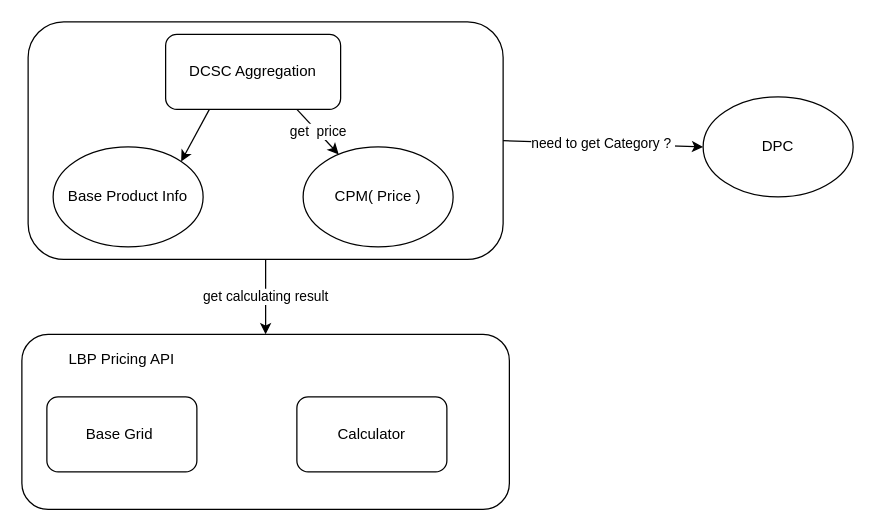
The draw.io diagram dcsc.drawio in clearriver/draw, before the edit. Source tidied: cells renumbered, new cells numbered last; positions are measured from the earlier drawing's top-left corner, leaving out a move shared by most shapes. Both pictures are drawn from the tidied source at 125%, with x=0, y=0 at pixel (21, 21).
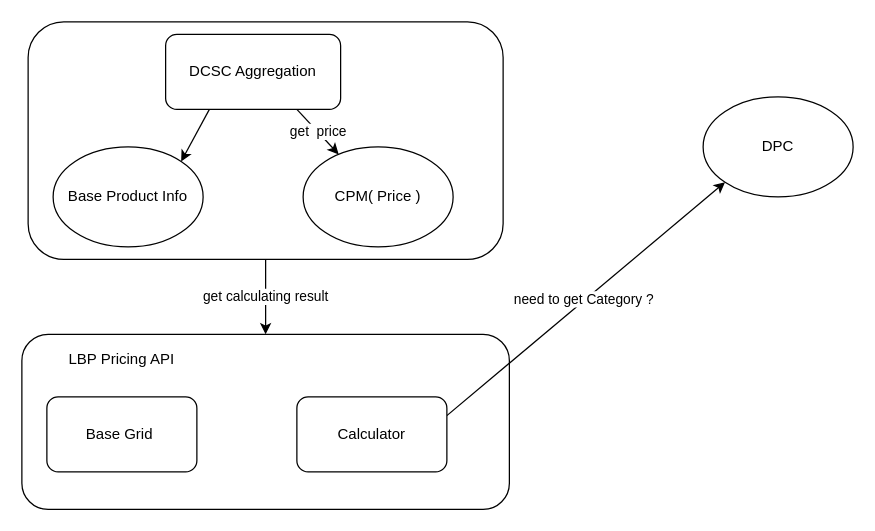
After the change.

Diff of the diagram source:
```diff
@@
 <mxGraphModel>
   <root>
     <mxCell id="0" />
     <mxCell id="1" parent="0" />
     <mxCell id="2" style="rounded=1;whiteSpace=wrap;html=1;" parent="1" vertex="1">
       <mxGeometry y="250" width="390" height="140" as="geometry" />
     </mxCell>
     <mxCell id="3" style="rounded=1;whiteSpace=wrap;html=1;" parent="1" vertex="1">
       <mxGeometry x="5" width="380" height="190" as="geometry" />
     </mxCell>
     <mxCell id="4" value="DCSC Aggregation" style="rounded=1;whiteSpace=wrap;html=1;" parent="1" vertex="1">
       <mxGeometry x="115" y="10" width="140" height="60" as="geometry" />
     </mxCell>
     <mxCell id="5" value="Base Product Info" style="ellipse;whiteSpace=wrap;html=1;" parent="1" vertex="1">
       <mxGeometry x="25" y="100" width="120" height="80" as="geometry" />
     </mxCell>
     <mxCell id="6" value="CPM( Price )" style="ellipse;whiteSpace=wrap;html=1;" parent="1" vertex="1">
       <mxGeometry x="225" y="100" width="120" height="80" as="geometry" />
     </mxCell>
     <mxCell id="7" style="endArrow=classic;html=1;entryX=1;entryY=0;entryDx=0;entryDy=0;exitX=0.25;exitY=1;exitDx=0;exitDy=0;" parent="1" edge="1" source="4" target="5">
       <mxGeometry relative="1" as="geometry" />
     </mxCell>
     <mxCell id="8" value="get&amp;nbsp; price" style="endArrow=classic;html=1;exitX=0.75;exitY=1;exitDx=0;exitDy=0;" parent="1" edge="1" source="4" target="6">
       <mxGeometry relative="1" as="geometry" />
     </mxCell>
     <mxCell id="9" value="DPC" style="ellipse;whiteSpace=wrap;html=1;" parent="1" vertex="1">
       <mxGeometry x="545" y="60" width="120" height="80" as="geometry" />
     </mxCell>
-    <mxCell id="10" value="need to get Category ?&amp;nbsp;" style="endArrow=classic;html=1;exitX=1;exitY=0.5;exitDx=0;exitDy=0;entryX=0;entryY=0.5;entryDx=0;entryDy=0;" parent="1" edge="1">
-      <mxGeometry relative="1" as="geometry">
-        <mxPoint x="385" y="95" as="sourcePoint" />
-        <mxPoint x="545" y="100" as="targetPoint" />
-      </mxGeometry>
+    <mxCell id="10" value="need to get Category ?&amp;nbsp;" style="endArrow=classic;html=1;exitX=1;exitY=0.25;exitDx=0;exitDy=0;entryX=0;entryY=1;entryDx=0;entryDy=0;" parent="1" edge="1" source="13" target="9">
+      <mxGeometry relative="1" as="geometry" />
     </mxCell>
     <mxCell id="11" value="get calculating result" style="endArrow=classic;html=1;exitX=0.5;exitY=1;exitDx=0;exitDy=0;" parent="1" edge="1" source="3" target="2">
       <mxGeometry relative="1" as="geometry" />
     </mxCell>
     <mxCell id="12" value="Base Grid&amp;nbsp;" style="rounded=1;whiteSpace=wrap;html=1;" parent="1" vertex="1">
       <mxGeometry x="20" y="300" width="120" height="60" as="geometry" />
     </mxCell>
     <mxCell id="13" value="Calculator" style="rounded=1;whiteSpace=wrap;html=1;" parent="1" vertex="1">
       <mxGeometry x="220" y="300" width="120" height="60" as="geometry" />
     </mxCell>
     <mxCell id="14" value="LBP Pricing API" style="text;html=1;strokeColor=none;fillColor=none;align=center;verticalAlign=middle;whiteSpace=wrap;rounded=0;" parent="1" vertex="1">
       <mxGeometry x="20" y="260" width="120" height="20" as="geometry" />
     </mxCell>
   </root>
 </mxGraphModel>
```
